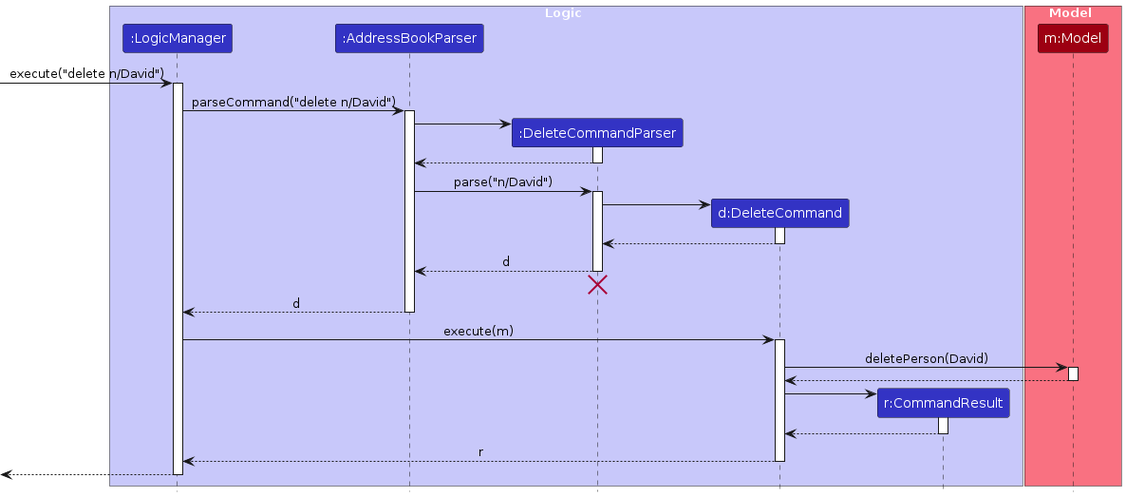
Earlier version of the PlantUML export diagrams/DeleteSequenceDiagram.png (AY2526S2-CS2103-F08-4/tp). Its source is kept beside it as diagrams/DeleteSequenceDiagram.puml.
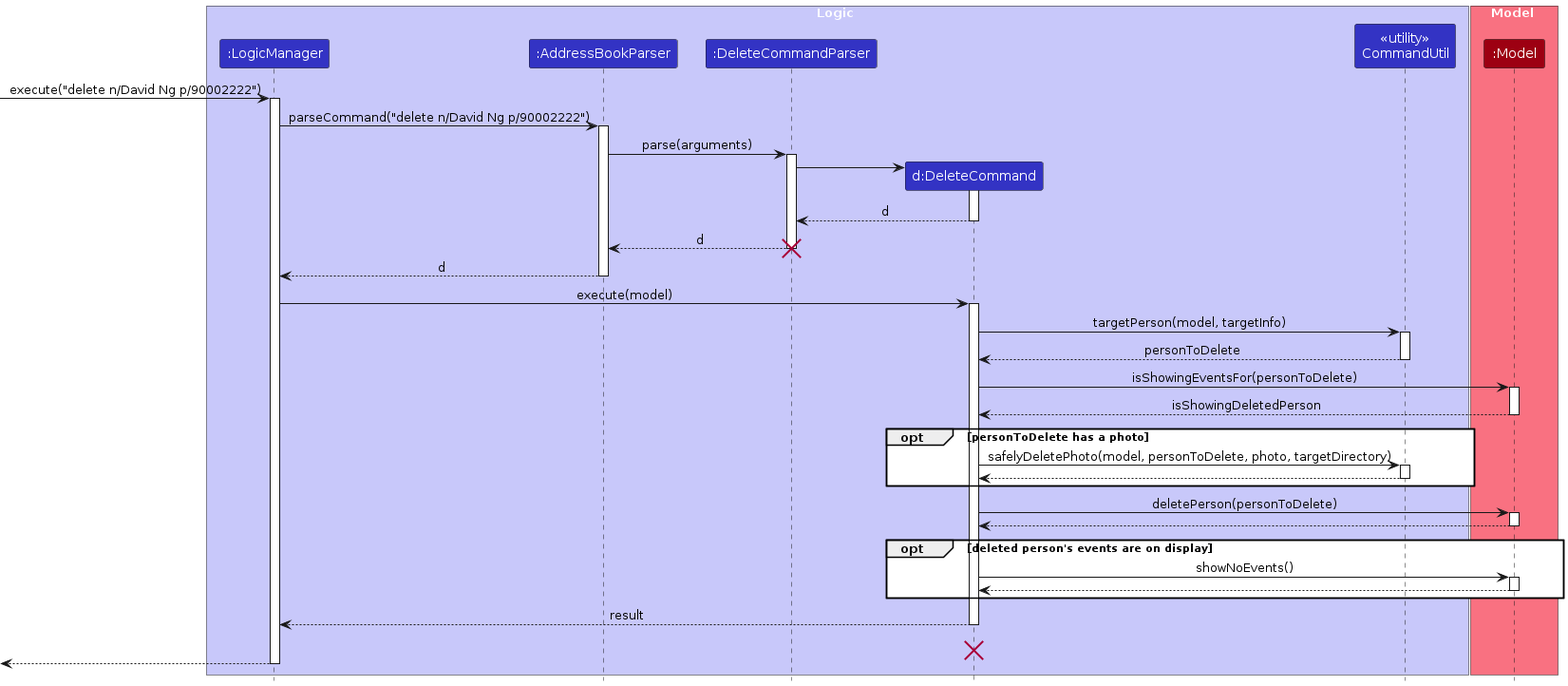
The same diagram one commit later.

Diff of the diagram source:
```diff
@@ -7,63 +7,72 @@
 participant ":AddressBookParser" as AddressBookParser LOGIC_COLOR
 participant ":DeleteCommandParser" as DeleteCommandParser LOGIC_COLOR
 participant "d:DeleteCommand" as DeleteCommand LOGIC_COLOR
-participant "r:CommandResult" as CommandResult LOGIC_COLOR
+participant "<<utility>>\nCommandUtil" as CommandUtil LOGIC_COLOR
 end box
 
 box Model MODEL_COLOR_T1
-participant "m:Model" as Model MODEL_COLOR
+participant ":Model" as Model MODEL_COLOR
 end box
 
-[-> LogicManager : execute("delete n/David")
+[-> LogicManager : execute("delete n/David Ng p/90002222")
 activate LogicManager
 
-LogicManager -> AddressBookParser : parseCommand("delete n/David")
+LogicManager -> AddressBookParser : parseCommand("delete n/David Ng p/90002222")
 activate AddressBookParser
 
-create DeleteCommandParser
-AddressBookParser -> DeleteCommandParser
-activate DeleteCommandParser
-
-DeleteCommandParser --> AddressBookParser
-deactivate DeleteCommandParser
-
-AddressBookParser -> DeleteCommandParser : parse("n/David")
+AddressBookParser -> DeleteCommandParser : parse(arguments)
 activate DeleteCommandParser
 
 create DeleteCommand
 DeleteCommandParser -> DeleteCommand
 activate DeleteCommand
-
-DeleteCommand --> DeleteCommandParser :
+DeleteCommand --> DeleteCommandParser : d
 deactivate DeleteCommand
 
 DeleteCommandParser --> AddressBookParser : d
 deactivate DeleteCommandParser
-DeleteCommandParser -[hidden]-> AddressBookParser
 destroy DeleteCommandParser
 
 AddressBookParser --> LogicManager : d
 deactivate AddressBookParser
 
-LogicManager -> DeleteCommand : execute(m)
+LogicManager -> DeleteCommand : execute(model)
 activate DeleteCommand
 
-DeleteCommand -> Model : deletePerson(David)
+DeleteCommand -> CommandUtil : targetPerson(model, targetInfo)
+activate CommandUtil
+CommandUtil --> DeleteCommand : personToDelete
+deactivate CommandUtil
+
+DeleteCommand -> Model : isShowingEventsFor(personToDelete)
 activate Model
+Model --> DeleteCommand : isShowingDeletedPerson
+deactivate Model
 
+opt personToDelete has a photo
+    DeleteCommand -> CommandUtil : safelyDeletePhoto(model, personToDelete, photo, targetDirectory)
+    activate CommandUtil
+    CommandUtil --> DeleteCommand
+    deactivate CommandUtil
+end
+
+DeleteCommand -> Model : deletePerson(personToDelete)
+activate Model
 Model --> DeleteCommand
 deactivate Model
 
-create CommandResult
-DeleteCommand -> CommandResult
-activate CommandResult
+opt deleted person's events are on display
+    DeleteCommand -> Model : showNoEvents()
+    activate Model
+    Model --> DeleteCommand
+    deactivate Model
+end
 
-CommandResult --> DeleteCommand
-deactivate CommandResult
+DeleteCommand --> LogicManager : result
+deactivate DeleteCommand
+DeleteCommand -[hidden]-> DeleteCommand
+destroy DeleteCommand
 
-DeleteCommand --> LogicManager : r
-deactivate DeleteCommand
-
-[<--LogicManager
+[<-- LogicManager
 deactivate LogicManager
 @enduml
```
